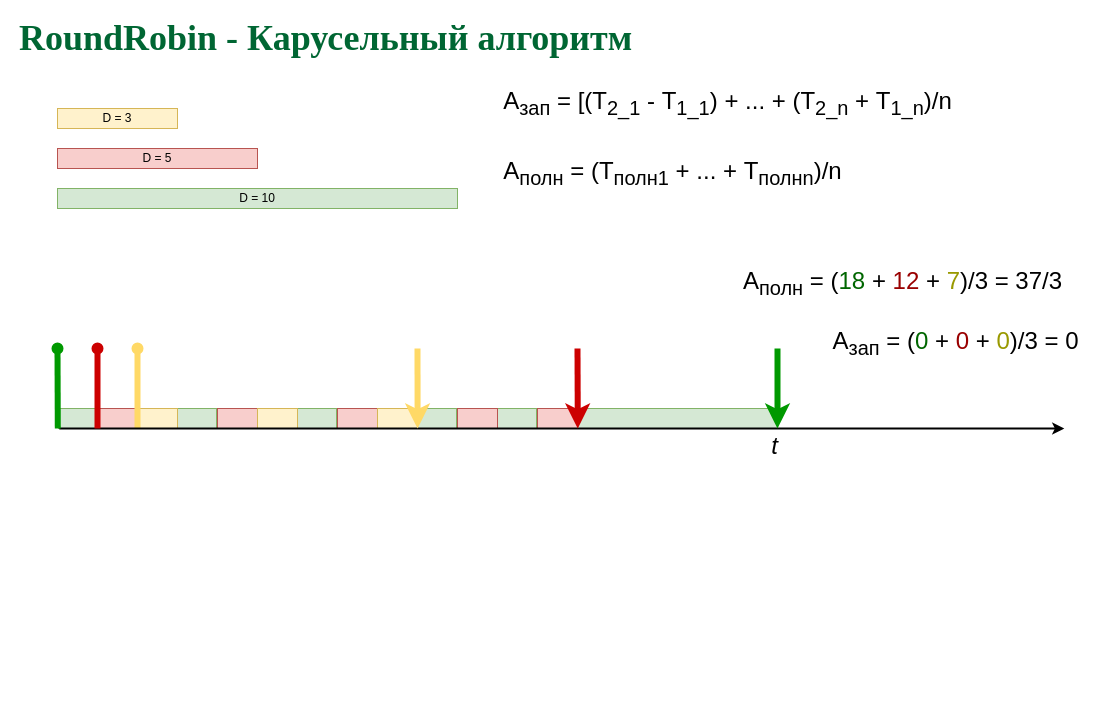
Before: page "RoundRob" (14 of 25) of slides/sched.drawio in 77maxikov/os_course, a draw.io diagram. Source tidied: cells renumbered, new cells numbered last; positions are measured from the earlier drawing's top-left corner, leaving out a move shared by most shapes. Both pictures are drawn from the tidied source at 100%, with x=0, y=0 at pixel (17, 28).
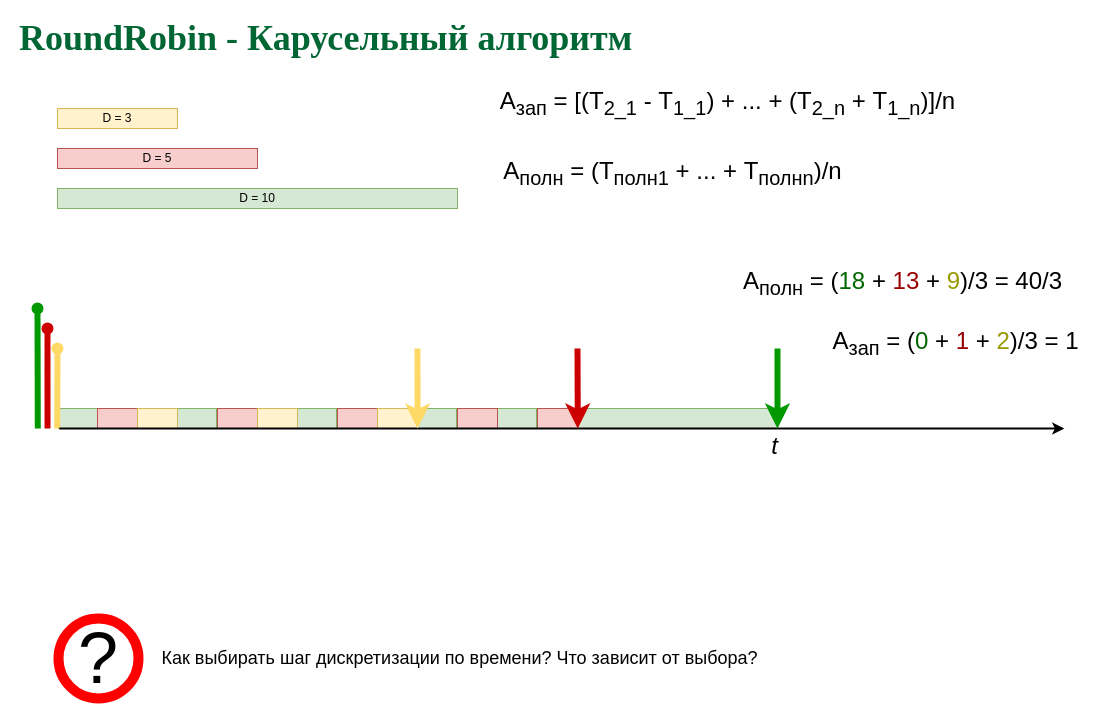
The same page after the edit.

What changed in the source:
```diff
@@
-    <mxCell id="17" value="&lt;font style=&quot;font-size: 24px&quot;&gt;А&lt;sub&gt;зап&lt;/sub&gt; = [(Т&lt;sub&gt;2_1&lt;/sub&gt;&amp;nbsp;- T&lt;sub&gt;1_1&lt;/sub&gt;) + ... + (T&lt;sub&gt;2_n&lt;/sub&gt; + Т&lt;sub&gt;1_n&lt;/sub&gt;)/n&lt;/font&gt;" style="text;html=1;align=center;verticalAlign=middle;" parent="1" vertex="1">
-      <mxGeometry x="480" y="60" width="460" height="30" as="geometry" />
+    <mxCell id="17" value="&lt;font style=&quot;font-size: 24px&quot;&gt;А&lt;sub&gt;зап&lt;/sub&gt; = [(Т&lt;sub&gt;2_1&lt;/sub&gt;&amp;nbsp;- T&lt;sub&gt;1_1&lt;/sub&gt;) + ... + (T&lt;sub&gt;2_n&lt;/sub&gt; + Т&lt;sub&gt;1_n&lt;/sub&gt;)]/n&lt;/font&gt;" style="text;html=1;align=center;verticalAlign=middle;" parent="1" vertex="1">
+      <mxGeometry x="475" y="60" width="470" height="30" as="geometry" />
     </mxCell>
@@
     <mxCell id="21" style="endArrow=oval;html=1;strokeWidth=6;endFill=1;strokeColor=#FFD966;" parent="1" edge="1">
       <mxGeometry relative="1" as="geometry">
-        <mxPoint x="120" y="400" as="sourcePoint" />
-        <mxPoint x="120" y="320" as="targetPoint" />
+        <mxPoint x="39.7" y="400" as="sourcePoint" />
+        <mxPoint x="40" y="320" as="targetPoint" />
       </mxGeometry>
     </mxCell>
@@
     <mxCell id="23" style="endArrow=oval;html=1;strokeWidth=6;strokeColor=#009900;endFill=1;" parent="1" edge="1">
       <mxGeometry relative="1" as="geometry">
-        <mxPoint x="40.3" y="400" as="sourcePoint" />
-        <mxPoint x="40" y="320" as="targetPoint" />
+        <mxPoint x="20.3" y="400" as="sourcePoint" />
+        <mxPoint x="20" y="280" as="targetPoint" />
       </mxGeometry>
     </mxCell>
@@
-    <mxCell id="26" value="&lt;font style=&quot;font-size: 24px&quot;&gt;А&lt;sub&gt;зап&lt;/sub&gt;&amp;nbsp;= &lt;/font&gt;&lt;font style=&quot;font-size: 24px&quot;&gt;(&lt;font color=&quot;#006600&quot;&gt;0&lt;/font&gt;&lt;/font&gt;&lt;font style=&quot;font-size: 24px&quot;&gt;&lt;font style=&quot;font-size: 24px&quot;&gt;&amp;nbsp;&lt;/font&gt;&lt;span style=&quot;font-size: 24px&quot;&gt;+ &lt;font color=&quot;#990000&quot;&gt;0&amp;nbsp;&lt;/font&gt;+ &lt;font color=&quot;#999900&quot;&gt;0&lt;/font&gt;&lt;/span&gt;&lt;span style=&quot;font-size: 24px&quot;&gt;)/3 = 0&lt;/span&gt;&lt;/font&gt;" style="text;html=1;align=center;verticalAlign=middle;" parent="1" vertex="1">
+    <mxCell id="26" value="&lt;font style=&quot;font-size: 24px&quot;&gt;А&lt;sub&gt;зап&lt;/sub&gt;&amp;nbsp;= &lt;/font&gt;&lt;font style=&quot;font-size: 24px&quot;&gt;(&lt;font color=&quot;#006600&quot;&gt;0&lt;/font&gt;&lt;/font&gt;&lt;font style=&quot;font-size: 24px&quot;&gt;&lt;font style=&quot;font-size: 24px&quot;&gt;&amp;nbsp;&lt;/font&gt;&lt;span style=&quot;font-size: 24px&quot;&gt;+ &lt;font color=&quot;#990000&quot;&gt;1&amp;nbsp;&lt;/font&gt;+ &lt;font color=&quot;#999900&quot;&gt;2&lt;/font&gt;&lt;/span&gt;&lt;span style=&quot;font-size: 24px&quot;&gt;)/3 = 1&lt;/span&gt;&lt;/font&gt;" style="text;html=1;align=center;verticalAlign=middle;" parent="1" vertex="1">
       <mxGeometry x="807.6" y="300" width="260" height="30" as="geometry" />
     </mxCell>
@@
     <mxCell id="29" style="endArrow=oval;html=1;strokeWidth=6;endFill=1;strokeColor=#CC0000;" parent="1" edge="1">
       <mxGeometry relative="1" as="geometry">
-        <mxPoint x="80" y="400" as="sourcePoint" />
-        <mxPoint x="80" y="320" as="targetPoint" />
+        <mxPoint x="30" y="400" as="sourcePoint" />
+        <mxPoint x="30" y="300" as="targetPoint" />
       </mxGeometry>
     </mxCell>
@@
-    <mxCell id="31" value="&lt;font style=&quot;font-size: 24px&quot;&gt;А&lt;sub&gt;полн&lt;/sub&gt; = (&lt;font color=&quot;#006600&quot;&gt;18&amp;nbsp;&lt;/font&gt;+ &lt;font color=&quot;#990000&quot;&gt;12&lt;/font&gt; + &lt;font color=&quot;#999900&quot;&gt;7&lt;/font&gt;)/3 = 37/3&lt;br&gt;&lt;/font&gt;" style="text;html=1;align=center;verticalAlign=middle;" parent="1" vertex="1">
+    <mxCell id="31" value="&lt;font style=&quot;font-size: 24px&quot;&gt;А&lt;sub&gt;полн&lt;/sub&gt; = (&lt;font color=&quot;#006600&quot;&gt;18&amp;nbsp;&lt;/font&gt;+ &lt;font color=&quot;#990000&quot;&gt;13&lt;/font&gt;&amp;nbsp;+ &lt;font color=&quot;#999900&quot;&gt;9&lt;/font&gt;)/3 = 40/3&lt;br&gt;&lt;/font&gt;" style="text;html=1;align=center;verticalAlign=middle;" parent="1" vertex="1">
       <mxGeometry x="720" y="240" width="330" height="30" as="geometry" />
     </mxCell>
+    <mxCell id="32" value="&lt;span style=&quot;font-size: 18px&quot;&gt;Как выбирать шаг дискретизации по времени? Что зависит от выбора?&lt;/span&gt;" style="text;html=1;align=center;verticalAlign=middle;" parent="1" vertex="1">
+      <mxGeometry x="136.8" y="620" width="610" height="20" as="geometry" />
+    </mxCell>
+    <mxCell id="33" value="&lt;font size=&quot;1&quot;&gt;&lt;span style=&quot;font-size: 72px&quot;&gt;?&lt;/span&gt;&lt;/font&gt;" style="ellipse;whiteSpace=wrap;html=1;strokeColor=#FF0000;strokeWidth=10;" parent="1" vertex="1">
+      <mxGeometry x="41" y="590" width="80" height="80" as="geometry" />
+    </mxCell>
```
